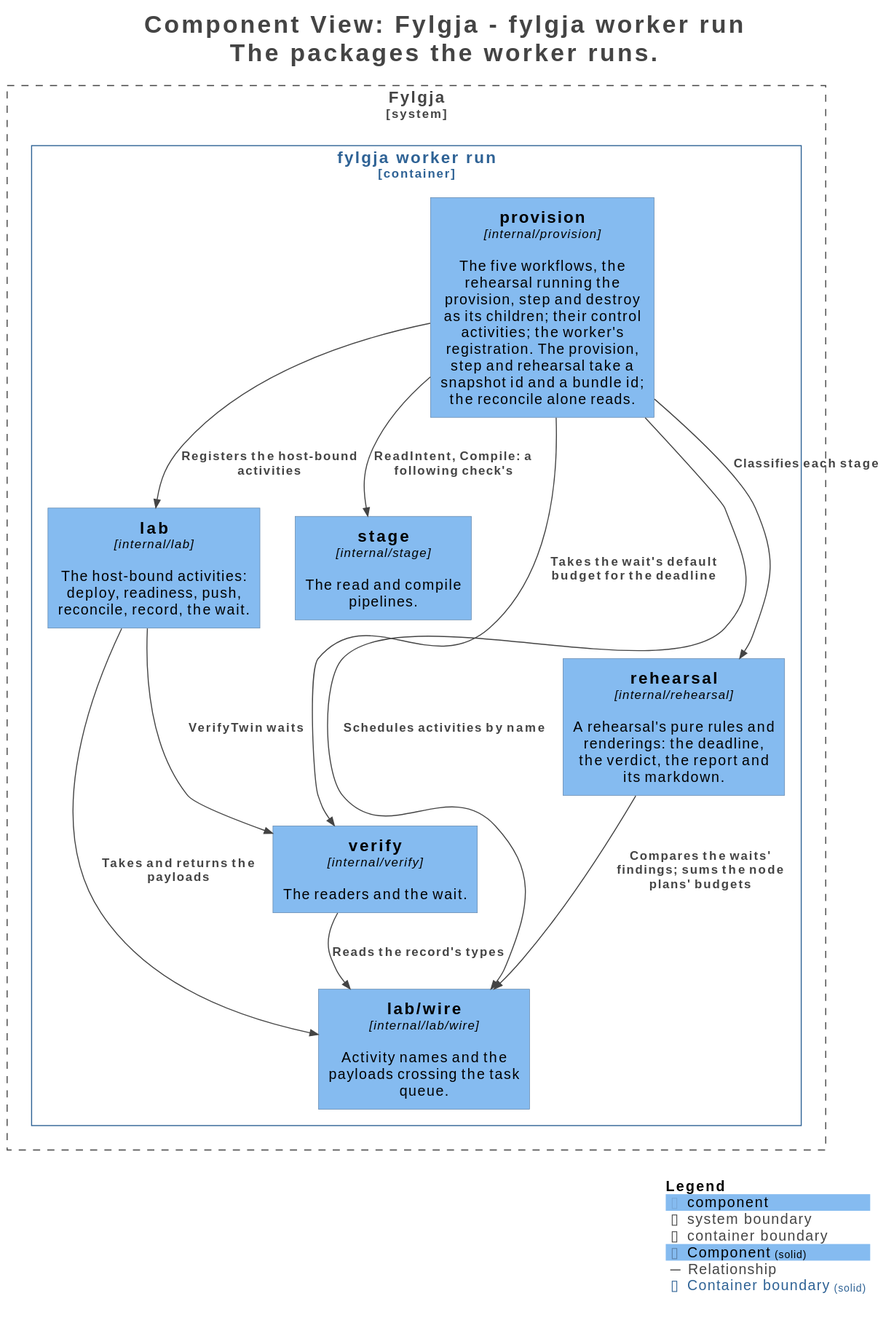
happypathnetworking/fylgja keeps this PlantUML diagram as docs/c4/structurizr-WorkerComponents.svg. Above is the earlier version.
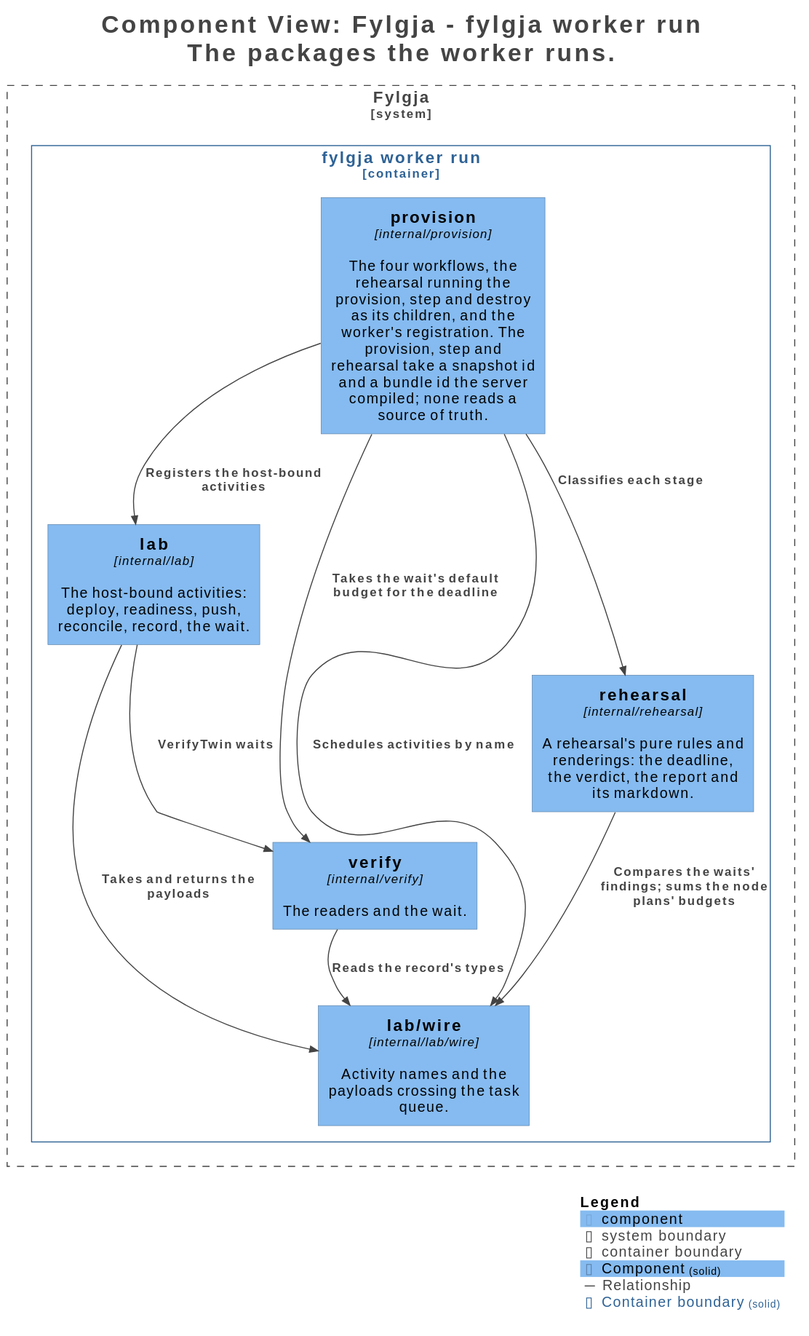
The same file after the commit.

Commit message:
docs(c4): the worker runs four workflows and reads no source of truth

The edit, as a diff of the source:
```diff
@@ -23,9 +23,8 @@
 
 System_Boundary("Fylgja_boundary", "Fylgja", $tags="Software System") {
   Container_Boundary("Fylgja.fylgjaworkerrun_boundary", "fylgja worker run", $tags="Container") {
-    Component(Fylgja.fylgjaworkerrun.provision, "provision", $techn="internal/provision", $descr="The five workflows, the rehearsal running the provision, step and destroy as its children; their control activities; the worker's registration. The provision, step and rehearsal take a snapshot id and a bundle id; the reconcile alone reads.", $tags="Component", $link="")
+    Component(Fylgja.fylgjaworkerrun.provision, "provision", $techn="internal/provision", $descr="The four workflows, the rehearsal running the provision, step and destroy as its children, and the worker's registration. The provision, step and rehearsal take a snapshot id and a bundle id the server compiled; none reads a source of truth.", $tags="Component", $link="")
     Component(Fylgja.fylgjaworkerrun.lab, "lab", $techn="internal/lab", $descr="The host-bound activities: deploy, readiness, push, reconcile, record, the wait.", $tags="Component", $link="")
-    Component(Fylgja.fylgjaworkerrun.stage, "stage", $techn="internal/stage", $descr="The read and compile pipelines.", $tags="Component", $link="")
     Component(Fylgja.fylgjaworkerrun.verify, "verify", $techn="internal/verify", $descr="The readers and the wait.", $tags="Component", $link="")
     Component(Fylgja.fylgjaworkerrun.labwire, "lab/wire", $techn="internal/lab/wire", $descr="Activity names and the payloads crossing the task queue.", $tags="Component", $link="")
     Component(Fylgja.fylgjaworkerrun.rehearsal, "rehearsal", $techn="internal/rehearsal", $descr="A rehearsal's pure rules and renderings: the deadline, the verdict, the report and its markdown.", $tags="Component", $link="")
@@ -33,15 +32,14 @@
 
 }
 
-Rel(Fylgja.fylgjaworkerrun.provision, Fylgja.fylgjaworkerrun.labwire, "Schedules activities by name", $techn="", $tags="Relationship", $link="")
-Rel(Fylgja.fylgjaworkerrun.provision, Fylgja.fylgjaworkerrun.lab, "Registers the host-bound activities", $techn="", $tags="Relationship", $link="")
-Rel(Fylgja.fylgjaworkerrun.provision, Fylgja.fylgjaworkerrun.stage, "ReadIntent, Compile: a following check's", $techn="", $tags="Relationship", $link="")
 Rel(Fylgja.fylgjaworkerrun.provision, Fylgja.fylgjaworkerrun.rehearsal, "Classifies each stage", $techn="", $tags="Relationship", $link="")
 Rel(Fylgja.fylgjaworkerrun.provision, Fylgja.fylgjaworkerrun.verify, "Takes the wait's default budget for the deadline", $techn="", $tags="Relationship", $link="")
 Rel(Fylgja.fylgjaworkerrun.lab, Fylgja.fylgjaworkerrun.labwire, "Takes and returns the payloads", $techn="", $tags="Relationship", $link="")
 Rel(Fylgja.fylgjaworkerrun.lab, Fylgja.fylgjaworkerrun.verify, "VerifyTwin waits", $techn="", $tags="Relationship", $link="")
 Rel(Fylgja.fylgjaworkerrun.verify, Fylgja.fylgjaworkerrun.labwire, "Reads the record's types", $techn="", $tags="Relationship", $link="")
 Rel(Fylgja.fylgjaworkerrun.rehearsal, Fylgja.fylgjaworkerrun.labwire, "Compares the waits' findings; sums the node plans' budgets", $techn="", $tags="Relationship", $link="")
+Rel(Fylgja.fylgjaworkerrun.provision, Fylgja.fylgjaworkerrun.labwire, "Schedules activities by name", $techn="", $tags="Relationship", $link="")
+Rel(Fylgja.fylgjaworkerrun.provision, Fylgja.fylgjaworkerrun.lab, "Registers the host-bound activities", $techn="", $tags="Relationship", $link="")
 
 SHOW_LEGEND(true)
 hide stereotypes
```
